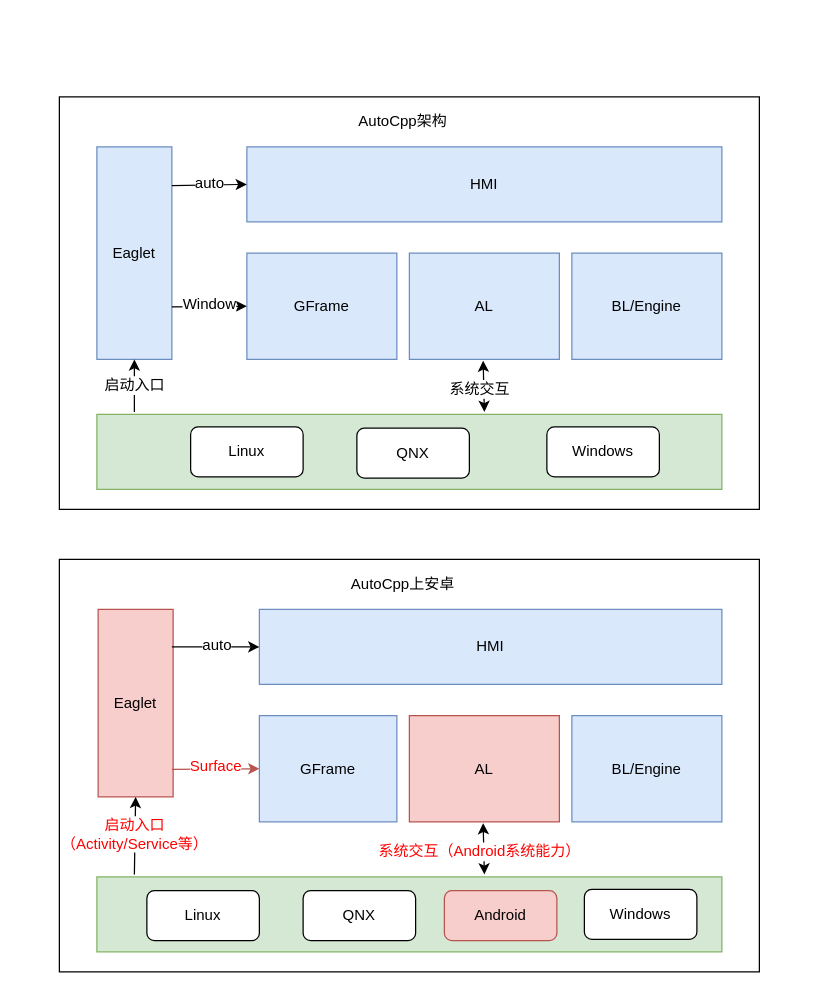
Above: AL.drawio in muupu/Asyevent (draw.io), before the change. Source tidied: cells renumbered, new cells numbered last; positions are measured from the earlier drawing's top-left corner, leaving out a move shared by most shapes. Both pictures are drawn from the tidied source at 125%, with x=0, y=0 at pixel (59, 96).
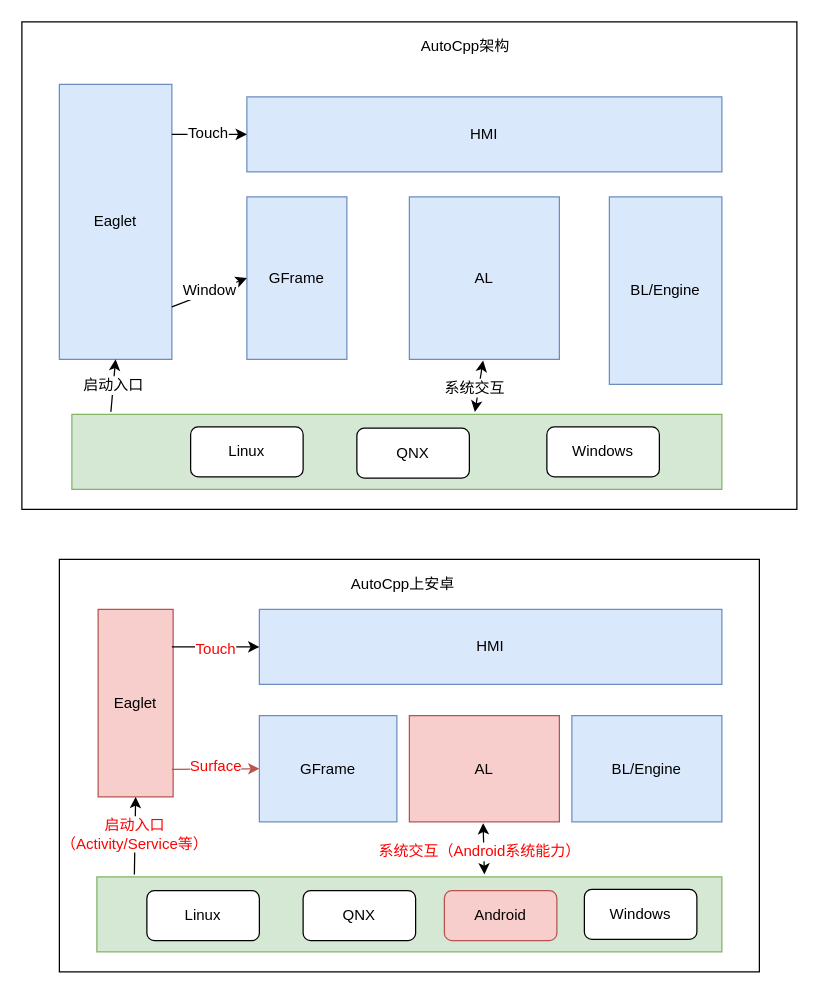
After the change.

Unchanged cells that the change refers to:
```xml
<mxCell id="12" style="endArrow=classic;html=1;entryX=0;entryY=0.5;entryDx=0;entryDy=0;exitX=1;exitY=0.182;exitDx=0;exitDy=0;exitPerimeter=0;" parent="1" edge="1" source="4" target="5">
  <mxGeometry relative="1" as="geometry" />
</mxCell>
<mxCell id="31" style="endArrow=classic;html=1;entryX=0;entryY=0.5;entryDx=0;entryDy=0;" parent="1" edge="1" target="24">
  <mxGeometry relative="1" as="geometry">
    <mxPoint x="90" y="440" as="sourcePoint" />
  </mxGeometry>
</mxCell>
```

What changed in the source:
```diff
@@
     <mxCell id="2" style="rounded=0;whiteSpace=wrap;html=1;" parent="1" vertex="1">
-      <mxGeometry width="560" height="330" as="geometry" />
+      <mxGeometry x="-30" y="-60" width="620" height="390" as="geometry" />
     </mxCell>
     <mxCell id="3" style="rounded=0;whiteSpace=wrap;html=1;fillColor=#d5e8d4;strokeColor=#82b366;" parent="1" vertex="1">
-      <mxGeometry x="30" y="254" width="500" height="60" as="geometry" />
+      <mxGeometry x="10" y="254" width="520" height="60" as="geometry" />
     </mxCell>
     <mxCell id="4" value="Eaglet" style="rounded=0;whiteSpace=wrap;html=1;fillColor=#dae8fc;strokeColor=#6c8ebf;" parent="1" vertex="1">
-      <mxGeometry x="30" y="40" width="60" height="170" as="geometry" />
+      <mxGeometry y="-10" width="90" height="220" as="geometry" />
     </mxCell>
     <mxCell id="5" value="HMI" style="rounded=0;whiteSpace=wrap;html=1;fillColor=#dae8fc;strokeColor=#6c8ebf;" parent="1" vertex="1">
-      <mxGeometry x="150" y="40" width="380" height="60" as="geometry" />
+      <mxGeometry x="150" width="380" height="60" as="geometry" />
     </mxCell>
     <mxCell id="6" value="GFrame" style="rounded=0;whiteSpace=wrap;html=1;fillColor=#dae8fc;strokeColor=#6c8ebf;" parent="1" vertex="1">
-      <mxGeometry x="150" y="125" width="120" height="85" as="geometry" />
+      <mxGeometry x="150" y="80" width="80" height="130" as="geometry" />
     </mxCell>
     <mxCell id="7" value="AL" style="rounded=0;whiteSpace=wrap;html=1;fillColor=#dae8fc;strokeColor=#6c8ebf;" parent="1" vertex="1">
-      <mxGeometry x="280" y="125" width="120" height="85" as="geometry" />
+      <mxGeometry x="280" y="80" width="120" height="130" as="geometry" />
     </mxCell>
     <mxCell id="8" value="BL/Engine" style="rounded=0;whiteSpace=wrap;html=1;fillColor=#dae8fc;strokeColor=#6c8ebf;" parent="1" vertex="1">
-      <mxGeometry x="410" y="125" width="120" height="85" as="geometry" />
+      <mxGeometry x="440" y="80" width="90" height="150" as="geometry" />
     </mxCell>
@@
-    <mxCell id="13" value="auto" style="text;html=1;align=center;verticalAlign=middle;labelBackgroundColor=#ffffff;" parent="12" vertex="1">
-      <mxGeometry y="1" relative="1" as="geometry">
-        <mxPoint y="-1" as="offset" />
-      </mxGeometry>
-    </mxCell>
+    <mxCell id="42" value="&lt;font color=&quot;#000000&quot;&gt;Touch&lt;/font&gt;&lt;br&gt;" style="text;html=1;align=center;verticalAlign=middle;labelBackgroundColor=#ffffff;fontColor=#FF0000;" parent="12" vertex="1">
+      <mxGeometry x="-0.05" y="2" relative="1" as="geometry" />
+    </mxCell>
@@
     <mxCell id="20" value="AutoCpp架构&lt;br&gt;" style="text;html=1;strokeColor=none;fillColor=none;align=center;verticalAlign=middle;whiteSpace=wrap;rounded=0;" parent="1" vertex="1">
-      <mxGeometry x="230" y="10" width="90" height="20" as="geometry" />
+      <mxGeometry x="280" y="-50" width="90" height="20" as="geometry" />
     </mxCell>
@@
-    <mxCell id="32" value="auto" style="text;html=1;align=center;verticalAlign=middle;labelBackgroundColor=#ffffff;" parent="31" vertex="1">
-      <mxGeometry y="1" relative="1" as="geometry">
-        <mxPoint y="-1" as="offset" />
-      </mxGeometry>
-    </mxCell>
+    <mxCell id="43" value="Touch&lt;br&gt;" style="text;html=1;align=center;verticalAlign=middle;labelBackgroundColor=#ffffff;fontColor=#FF0000;" parent="31" vertex="1">
+      <mxGeometry x="-0.03" y="-1" relative="1" as="geometry" />
+    </mxCell>
```
